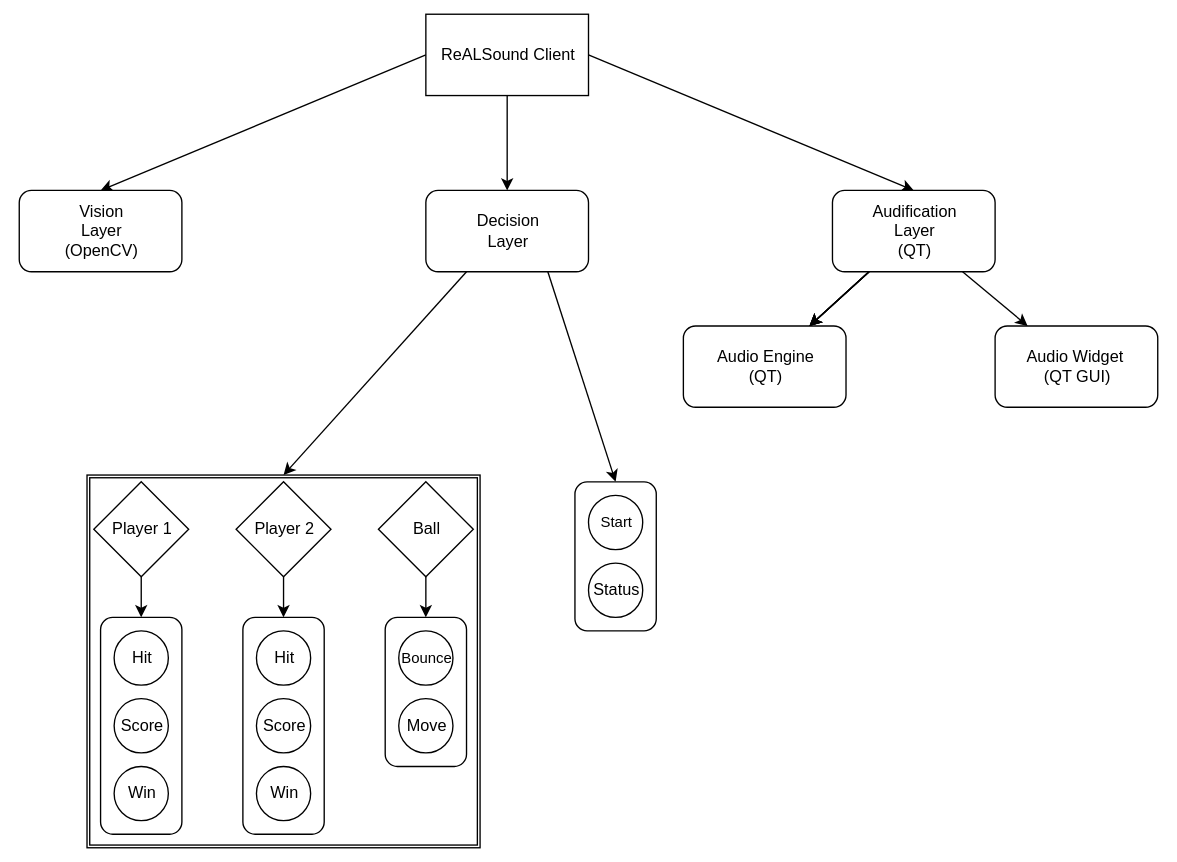
This is Thesis/RealSound/Dependencies Graph.svg from MeirArani/ReALSound, a draw.io export, as it was before one commit. Source tidied: cells renumbered, new cells last; positions are measured from the earlier drawing's top-left corner, leaving out a move shared by most shapes. Its diagram source:
```xml
<mxGraphModel>
  <root>
    <mxCell id="0" />
    <mxCell id="1" parent="0" />
    <mxCell id="2" style="shape=ext;double=1;rounded=0;whiteSpace=wrap;html=1;" parent="1" vertex="1">
      <mxGeometry x="50" y="340" width="290" height="275" as="geometry" />
    </mxCell>
    <mxCell id="3" style="edgeStyle=none;html=1;exitX=0.5;exitY=1;exitDx=0;exitDy=0;entryX=0.5;entryY=0;entryDx=0;entryDy=0;" parent="1" edge="1" source="6" target="8">
      <mxGeometry relative="1" as="geometry" />
    </mxCell>
    <mxCell id="4" style="edgeStyle=none;html=1;exitX=0;exitY=0.5;exitDx=0;exitDy=0;entryX=0.5;entryY=0;entryDx=0;entryDy=0;" parent="1" edge="1" source="6" target="7">
      <mxGeometry relative="1" as="geometry" />
    </mxCell>
    <mxCell id="5" style="edgeStyle=none;html=1;exitX=1;exitY=0.5;exitDx=0;exitDy=0;entryX=0.5;entryY=0;entryDx=0;entryDy=0;" parent="1" edge="1" source="6" target="14">
      <mxGeometry relative="1" as="geometry" />
    </mxCell>
    <mxCell id="6" value="ReALSound Client" style="rounded=0;whiteSpace=wrap;html=1;" parent="1" vertex="1">
      <mxGeometry x="300" width="120" height="60" as="geometry" />
    </mxCell>
    <mxCell id="7" value="Vision&lt;br&gt;Layer&lt;br&gt;(OpenCV)" style="rounded=1;whiteSpace=wrap;html=1;" parent="1" vertex="1">
      <mxGeometry y="130" width="120" height="60" as="geometry" />
    </mxCell>
    <mxCell id="8" value="Decision&lt;br&gt;Layer" style="rounded=1;whiteSpace=wrap;html=1;" parent="1" vertex="1">
      <mxGeometry x="300" y="130" width="120" height="60" as="geometry" />
    </mxCell>
    <mxCell id="9" style="edgeStyle=none;html=1;" parent="1" edge="1" source="14" target="37">
      <mxGeometry relative="1" as="geometry" />
    </mxCell>
    <mxCell id="10" style="edgeStyle=none;html=1;" parent="1" edge="1" source="14" target="37">
      <mxGeometry relative="1" as="geometry" />
    </mxCell>
    <mxCell id="11" style="edgeStyle=none;html=1;" parent="1" edge="1" source="14" target="37">
      <mxGeometry relative="1" as="geometry" />
    </mxCell>
    <mxCell id="12" style="edgeStyle=none;html=1;" parent="1" edge="1" source="14" target="37">
      <mxGeometry relative="1" as="geometry" />
    </mxCell>
    <mxCell id="13" style="edgeStyle=none;html=1;" parent="1" edge="1" source="14" target="38">
      <mxGeometry relative="1" as="geometry" />
    </mxCell>
    <mxCell id="14" value="Audification&lt;br&gt;Layer&lt;br&gt;(QT)" style="rounded=1;whiteSpace=wrap;html=1;" parent="1" vertex="1">
      <mxGeometry x="600" y="130" width="120" height="60" as="geometry" />
    </mxCell>
    <mxCell id="15" style="edgeStyle=none;html=1;entryX=0.5;entryY=0;entryDx=0;entryDy=0;exitX=0.25;exitY=1;exitDx=0;exitDy=0;" parent="1" edge="1" source="8" target="2">
      <mxGeometry relative="1" as="geometry" />
    </mxCell>
    <mxCell id="16" style="edgeStyle=none;html=1;exitX=0.75;exitY=1;exitDx=0;exitDy=0;entryX=0.5;entryY=0;entryDx=0;entryDy=0;" parent="1" edge="1" source="8" target="40">
      <mxGeometry relative="1" as="geometry" />
    </mxCell>
    <mxCell id="17" style="group;" parent="1" vertex="1">
      <mxGeometry x="165" y="445" width="60" height="160" as="geometry" />
    </mxCell>
    <mxCell id="18" style="rounded=1;whiteSpace=wrap;html=1;" parent="17" vertex="1">
      <mxGeometry width="60" height="160" as="geometry" />
    </mxCell>
    <mxCell id="19" value="Hit" style="ellipse;whiteSpace=wrap;html=1;" parent="17" vertex="1">
      <mxGeometry x="10" y="10" width="40" height="40" as="geometry" />
    </mxCell>
    <mxCell id="20" value="Score" style="ellipse;whiteSpace=wrap;html=1;" parent="17" vertex="1">
      <mxGeometry x="10" y="60" width="40" height="40" as="geometry" />
    </mxCell>
    <mxCell id="21" value="Win" style="ellipse;whiteSpace=wrap;html=1;" parent="17" vertex="1">
      <mxGeometry x="10" y="110" width="40" height="40" as="geometry" />
    </mxCell>
    <mxCell id="22" style="group;" parent="1" vertex="1">
      <mxGeometry x="60" y="445" width="60" height="160" as="geometry" />
    </mxCell>
    <mxCell id="23" style="rounded=1;whiteSpace=wrap;html=1;" parent="22" vertex="1">
      <mxGeometry width="60" height="160" as="geometry" />
    </mxCell>
    <mxCell id="24" value="Hit" style="ellipse;whiteSpace=wrap;html=1;" parent="22" vertex="1">
      <mxGeometry x="10" y="10" width="40" height="40" as="geometry" />
    </mxCell>
    <mxCell id="25" value="Score" style="ellipse;whiteSpace=wrap;html=1;" parent="22" vertex="1">
      <mxGeometry x="10" y="60" width="40" height="40" as="geometry" />
    </mxCell>
    <mxCell id="26" value="Win" style="ellipse;whiteSpace=wrap;html=1;" parent="22" vertex="1">
      <mxGeometry x="10" y="110" width="40" height="40" as="geometry" />
    </mxCell>
    <mxCell id="27" style="edgeStyle=none;html=1;exitX=0.5;exitY=1;exitDx=0;exitDy=0;entryX=0.5;entryY=0;entryDx=0;entryDy=0;" parent="1" edge="1" source="28" target="23">
      <mxGeometry relative="1" as="geometry" />
    </mxCell>
    <mxCell id="28" value="Player 1" style="rhombus;whiteSpace=wrap;html=1;" parent="1" vertex="1">
      <mxGeometry x="55" y="345" width="70" height="70" as="geometry" />
    </mxCell>
    <mxCell id="29" style="edgeStyle=none;html=1;exitX=0.5;exitY=1;exitDx=0;exitDy=0;entryX=0.5;entryY=0;entryDx=0;entryDy=0;" parent="1" edge="1" source="30" target="18">
      <mxGeometry relative="1" as="geometry" />
    </mxCell>
    <mxCell id="30" value="Player 2" style="rhombus;whiteSpace=wrap;html=1;" parent="1" vertex="1">
      <mxGeometry x="160" y="345" width="70" height="70" as="geometry" />
    </mxCell>
    <mxCell id="31" style="edgeStyle=none;html=1;exitX=0.5;exitY=1;exitDx=0;exitDy=0;entryX=0.5;entryY=0;entryDx=0;entryDy=0;" parent="1" edge="1" source="32" target="34">
      <mxGeometry relative="1" as="geometry" />
    </mxCell>
    <mxCell id="32" value="Ball" style="rhombus;whiteSpace=wrap;html=1;" parent="1" vertex="1">
      <mxGeometry x="265" y="345" width="70" height="70" as="geometry" />
    </mxCell>
    <mxCell id="33" style="group;" parent="1" vertex="1">
      <mxGeometry x="270" y="445" width="60" height="160" as="geometry" />
    </mxCell>
    <mxCell id="34" style="rounded=1;whiteSpace=wrap;html=1;" parent="33" vertex="1">
      <mxGeometry width="60" height="110" as="geometry" />
    </mxCell>
    <mxCell id="35" value="&lt;font style=&quot;font-size: 11px;&quot;&gt;Bounce&lt;/font&gt;" style="ellipse;whiteSpace=wrap;html=1;" parent="33" vertex="1">
      <mxGeometry x="10" y="10" width="40" height="40" as="geometry" />
    </mxCell>
    <mxCell id="36" value="Move" style="ellipse;whiteSpace=wrap;html=1;" parent="33" vertex="1">
      <mxGeometry x="10" y="60" width="40" height="40" as="geometry" />
    </mxCell>
    <mxCell id="37" value="Audio Engine&lt;br&gt;(QT)" style="whiteSpace=wrap;html=1;rounded=1;" parent="1" vertex="1">
      <mxGeometry x="490" y="230" width="120" height="60" as="geometry" />
    </mxCell>
    <mxCell id="38" value="Audio Widget&amp;nbsp;&lt;br&gt;(QT GUI)" style="rounded=1;whiteSpace=wrap;html=1;" parent="1" vertex="1">
      <mxGeometry x="720" y="230" width="120" height="60" as="geometry" />
    </mxCell>
    <mxCell id="39" style="group;" parent="1" vertex="1">
      <mxGeometry x="410" y="345" width="60" height="160" as="geometry" />
    </mxCell>
    <mxCell id="40" style="rounded=1;whiteSpace=wrap;html=1;" parent="39" vertex="1">
      <mxGeometry width="60" height="110" as="geometry" />
    </mxCell>
    <mxCell id="41" value="&lt;font style=&quot;font-size: 11px;&quot;&gt;Start&lt;/font&gt;" style="ellipse;whiteSpace=wrap;html=1;" parent="39" vertex="1">
      <mxGeometry x="10" y="10" width="40" height="40" as="geometry" />
    </mxCell>
    <mxCell id="42" value="Status" style="ellipse;whiteSpace=wrap;html=1;" parent="39" vertex="1">
      <mxGeometry x="10" y="60" width="40" height="40" as="geometry" />
    </mxCell>
  </root>
</mxGraphModel>
```
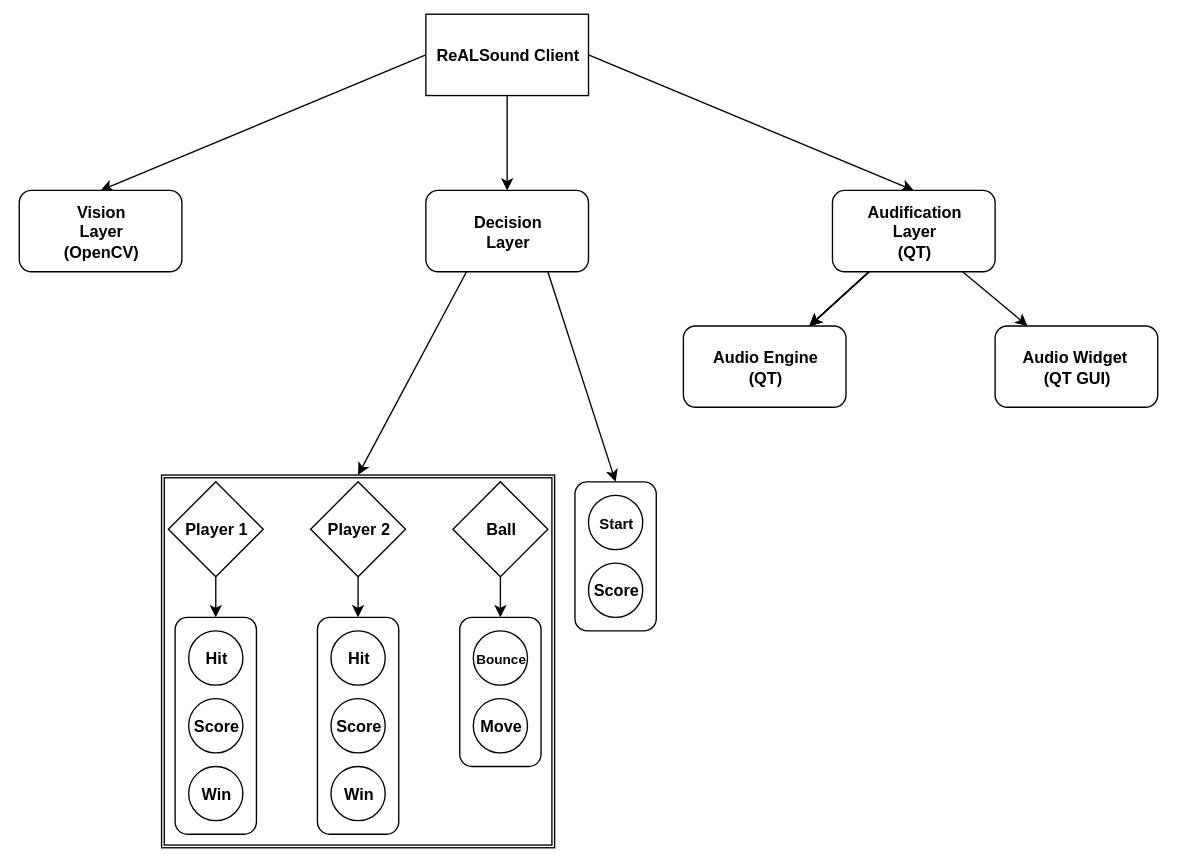
The same diagram one commit later.

What changed in the source:
```diff
@@ -3,7 +3,7 @@
     <mxCell id="0" />
     <mxCell id="1" parent="0" />
     <mxCell id="2" style="shape=ext;double=1;rounded=0;whiteSpace=wrap;html=1;" parent="1" vertex="1">
-      <mxGeometry x="50" y="340" width="290" height="275" as="geometry" />
+      <mxGeometry x="105" y="340" width="290" height="275" as="geometry" />
     </mxCell>
     <mxCell id="3" style="edgeStyle=none;html=1;exitX=0.5;exitY=1;exitDx=0;exitDy=0;entryX=0.5;entryY=0;entryDx=0;entryDy=0;" parent="1" edge="1" source="6" target="8">
       <mxGeometry relative="1" as="geometry" />
@@ -14,13 +14,13 @@
     <mxCell id="5" style="edgeStyle=none;html=1;exitX=1;exitY=0.5;exitDx=0;exitDy=0;entryX=0.5;entryY=0;entryDx=0;entryDy=0;" parent="1" edge="1" source="6" target="14">
       <mxGeometry relative="1" as="geometry" />
     </mxCell>
-    <mxCell id="6" value="ReALSound Client" style="rounded=0;whiteSpace=wrap;html=1;" parent="1" vertex="1">
+    <mxCell id="6" value="&lt;b&gt;ReALSound Client&lt;/b&gt;" style="rounded=0;whiteSpace=wrap;html=1;" parent="1" vertex="1">
       <mxGeometry x="300" width="120" height="60" as="geometry" />
     </mxCell>
-    <mxCell id="7" value="Vision&lt;br&gt;Layer&lt;br&gt;(OpenCV)" style="rounded=1;whiteSpace=wrap;html=1;" parent="1" vertex="1">
+    <mxCell id="7" value="&lt;b&gt;Vision&lt;br&gt;Layer&lt;br&gt;(OpenCV)&lt;/b&gt;" style="rounded=1;whiteSpace=wrap;html=1;" parent="1" vertex="1">
       <mxGeometry y="130" width="120" height="60" as="geometry" />
     </mxCell>
-    <mxCell id="8" value="Decision&lt;br&gt;Layer" style="rounded=1;whiteSpace=wrap;html=1;" parent="1" vertex="1">
+    <mxCell id="8" value="&lt;b&gt;Decision&lt;br&gt;Layer&lt;/b&gt;" style="rounded=1;whiteSpace=wrap;html=1;" parent="1" vertex="1">
       <mxGeometry x="300" y="130" width="120" height="60" as="geometry" />
     </mxCell>
     <mxCell id="9" style="edgeStyle=none;html=1;" parent="1" edge="1" source="14" target="37">
@@ -38,7 +38,7 @@
     <mxCell id="13" style="edgeStyle=none;html=1;" parent="1" edge="1" source="14" target="38">
       <mxGeometry relative="1" as="geometry" />
     </mxCell>
-    <mxCell id="14" value="Audification&lt;br&gt;Layer&lt;br&gt;(QT)" style="rounded=1;whiteSpace=wrap;html=1;" parent="1" vertex="1">
+    <mxCell id="14" value="&lt;b&gt;Audification&lt;br&gt;Layer&lt;br&gt;(QT)&lt;/b&gt;" style="rounded=1;whiteSpace=wrap;html=1;" parent="1" vertex="1">
       <mxGeometry x="600" y="130" width="120" height="60" as="geometry" />
     </mxCell>
     <mxCell id="15" style="edgeStyle=none;html=1;entryX=0.5;entryY=0;entryDx=0;entryDy=0;exitX=0.25;exitY=1;exitDx=0;exitDy=0;" parent="1" edge="1" source="8" target="2">
@@ -48,69 +48,69 @@
       <mxGeometry relative="1" as="geometry" />
     </mxCell>
     <mxCell id="17" style="group;" parent="1" vertex="1">
-      <mxGeometry x="165" y="445" width="60" height="160" as="geometry" />
+      <mxGeometry x="220" y="445" width="60" height="160" as="geometry" />
     </mxCell>
     <mxCell id="18" style="rounded=1;whiteSpace=wrap;html=1;" parent="17" vertex="1">
       <mxGeometry width="60" height="160" as="geometry" />
     </mxCell>
-    <mxCell id="19" value="Hit" style="ellipse;whiteSpace=wrap;html=1;" parent="17" vertex="1">
+    <mxCell id="19" value="&lt;b&gt;Hit&lt;/b&gt;" style="ellipse;whiteSpace=wrap;html=1;" parent="17" vertex="1">
       <mxGeometry x="10" y="10" width="40" height="40" as="geometry" />
     </mxCell>
-    <mxCell id="20" value="Score" style="ellipse;whiteSpace=wrap;html=1;" parent="17" vertex="1">
+    <mxCell id="20" value="&lt;b&gt;Score&lt;/b&gt;" style="ellipse;whiteSpace=wrap;html=1;" parent="17" vertex="1">
       <mxGeometry x="10" y="60" width="40" height="40" as="geometry" />
     </mxCell>
-    <mxCell id="21" value="Win" style="ellipse;whiteSpace=wrap;html=1;" parent="17" vertex="1">
+    <mxCell id="21" value="&lt;b&gt;Win&lt;/b&gt;" style="ellipse;whiteSpace=wrap;html=1;" parent="17" vertex="1">
       <mxGeometry x="10" y="110" width="40" height="40" as="geometry" />
     </mxCell>
     <mxCell id="22" style="group;" parent="1" vertex="1">
-      <mxGeometry x="60" y="445" width="60" height="160" as="geometry" />
+      <mxGeometry x="115" y="445" width="60" height="160" as="geometry" />
     </mxCell>
     <mxCell id="23" style="rounded=1;whiteSpace=wrap;html=1;" parent="22" vertex="1">
       <mxGeometry width="60" height="160" as="geometry" />
     </mxCell>
-    <mxCell id="24" value="Hit" style="ellipse;whiteSpace=wrap;html=1;" parent="22" vertex="1">
+    <mxCell id="24" value="&lt;b&gt;Hit&lt;/b&gt;" style="ellipse;whiteSpace=wrap;html=1;" parent="22" vertex="1">
       <mxGeometry x="10" y="10" width="40" height="40" as="geometry" />
     </mxCell>
-    <mxCell id="25" value="Score" style="ellipse;whiteSpace=wrap;html=1;" parent="22" vertex="1">
+    <mxCell id="25" value="&lt;b&gt;Score&lt;/b&gt;" style="ellipse;whiteSpace=wrap;html=1;" parent="22" vertex="1">
       <mxGeometry x="10" y="60" width="40" height="40" as="geometry" />
     </mxCell>
-    <mxCell id="26" value="Win" style="ellipse;whiteSpace=wrap;html=1;" parent="22" vertex="1">
+    <mxCell id="26" value="&lt;b&gt;Win&lt;/b&gt;" style="ellipse;whiteSpace=wrap;html=1;" parent="22" vertex="1">
       <mxGeometry x="10" y="110" width="40" height="40" as="geometry" />
     </mxCell>
     <mxCell id="27" style="edgeStyle=none;html=1;exitX=0.5;exitY=1;exitDx=0;exitDy=0;entryX=0.5;entryY=0;entryDx=0;entryDy=0;" parent="1" edge="1" source="28" target="23">
       <mxGeometry relative="1" as="geometry" />
     </mxCell>
-    <mxCell id="28" value="Player 1" style="rhombus;whiteSpace=wrap;html=1;" parent="1" vertex="1">
-      <mxGeometry x="55" y="345" width="70" height="70" as="geometry" />
+    <mxCell id="28" value="&lt;b&gt;Player 1&lt;/b&gt;" style="rhombus;whiteSpace=wrap;html=1;" parent="1" vertex="1">
+      <mxGeometry x="110" y="345" width="70" height="70" as="geometry" />
     </mxCell>
     <mxCell id="29" style="edgeStyle=none;html=1;exitX=0.5;exitY=1;exitDx=0;exitDy=0;entryX=0.5;entryY=0;entryDx=0;entryDy=0;" parent="1" edge="1" source="30" target="18">
       <mxGeometry relative="1" as="geometry" />
     </mxCell>
-    <mxCell id="30" value="Player 2" style="rhombus;whiteSpace=wrap;html=1;" parent="1" vertex="1">
-      <mxGeometry x="160" y="345" width="70" height="70" as="geometry" />
+    <mxCell id="30" value="&lt;b&gt;Player 2&lt;/b&gt;" style="rhombus;whiteSpace=wrap;html=1;" parent="1" vertex="1">
+      <mxGeometry x="215" y="345" width="70" height="70" as="geometry" />
     </mxCell>
     <mxCell id="31" style="edgeStyle=none;html=1;exitX=0.5;exitY=1;exitDx=0;exitDy=0;entryX=0.5;entryY=0;entryDx=0;entryDy=0;" parent="1" edge="1" source="32" target="34">
       <mxGeometry relative="1" as="geometry" />
     </mxCell>
-    <mxCell id="32" value="Ball" style="rhombus;whiteSpace=wrap;html=1;" parent="1" vertex="1">
-      <mxGeometry x="265" y="345" width="70" height="70" as="geometry" />
+    <mxCell id="32" value="&lt;b&gt;Ball&lt;/b&gt;" style="rhombus;whiteSpace=wrap;html=1;" parent="1" vertex="1">
+      <mxGeometry x="320" y="345" width="70" height="70" as="geometry" />
     </mxCell>
     <mxCell id="33" style="group;" parent="1" vertex="1">
-      <mxGeometry x="270" y="445" width="60" height="160" as="geometry" />
+      <mxGeometry x="325" y="445" width="60" height="160" as="geometry" />
     </mxCell>
     <mxCell id="34" style="rounded=1;whiteSpace=wrap;html=1;" parent="33" vertex="1">
       <mxGeometry width="60" height="110" as="geometry" />
     </mxCell>
-    <mxCell id="35" value="&lt;font style=&quot;font-size: 11px;&quot;&gt;Bounce&lt;/font&gt;" style="ellipse;whiteSpace=wrap;html=1;" parent="33" vertex="1">
+    <mxCell id="35" value="&lt;font style=&quot;font-size: 10px;&quot;&gt;&lt;b style=&quot;&quot;&gt;Bounce&lt;/b&gt;&lt;/font&gt;" style="ellipse;whiteSpace=wrap;html=1;" parent="33" vertex="1">
       <mxGeometry x="10" y="10" width="40" height="40" as="geometry" />
     </mxCell>
-    <mxCell id="36" value="Move" style="ellipse;whiteSpace=wrap;html=1;" parent="33" vertex="1">
+    <mxCell id="36" value="&lt;b&gt;Move&lt;/b&gt;" style="ellipse;whiteSpace=wrap;html=1;" parent="33" vertex="1">
       <mxGeometry x="10" y="60" width="40" height="40" as="geometry" />
     </mxCell>
-    <mxCell id="37" value="Audio Engine&lt;br&gt;(QT)" style="whiteSpace=wrap;html=1;rounded=1;" parent="1" vertex="1">
+    <mxCell id="37" value="&lt;b&gt;Audio Engine&lt;br&gt;(QT)&lt;/b&gt;" style="whiteSpace=wrap;html=1;rounded=1;" parent="1" vertex="1">
       <mxGeometry x="490" y="230" width="120" height="60" as="geometry" />
     </mxCell>
-    <mxCell id="38" value="Audio Widget&amp;nbsp;&lt;br&gt;(QT GUI)" style="rounded=1;whiteSpace=wrap;html=1;" parent="1" vertex="1">
+    <mxCell id="38" value="&lt;b&gt;Audio Widget&amp;nbsp;&lt;br&gt;(QT GUI)&lt;/b&gt;" style="rounded=1;whiteSpace=wrap;html=1;" parent="1" vertex="1">
       <mxGeometry x="720" y="230" width="120" height="60" as="geometry" />
     </mxCell>
     <mxCell id="39" style="group;" parent="1" vertex="1">
@@ -119,10 +119,10 @@
     <mxCell id="40" style="rounded=1;whiteSpace=wrap;html=1;" parent="39" vertex="1">
       <mxGeometry width="60" height="110" as="geometry" />
     </mxCell>
-    <mxCell id="41" value="&lt;font style=&quot;font-size: 11px;&quot;&gt;Start&lt;/font&gt;" style="ellipse;whiteSpace=wrap;html=1;" parent="39" vertex="1">
+    <mxCell id="41" value="&lt;font style=&quot;font-size: 11px;&quot;&gt;&lt;b&gt;Start&lt;/b&gt;&lt;/font&gt;" style="ellipse;whiteSpace=wrap;html=1;" parent="39" vertex="1">
       <mxGeometry x="10" y="10" width="40" height="40" as="geometry" />
     </mxCell>
-    <mxCell id="42" value="Status" style="ellipse;whiteSpace=wrap;html=1;" parent="39" vertex="1">
+    <mxCell id="42" value="&lt;b&gt;Score&lt;/b&gt;" style="ellipse;whiteSpace=wrap;html=1;" parent="39" vertex="1">
       <mxGeometry x="10" y="60" width="40" height="40" as="geometry" />
     </mxCell>
   </root>
```
